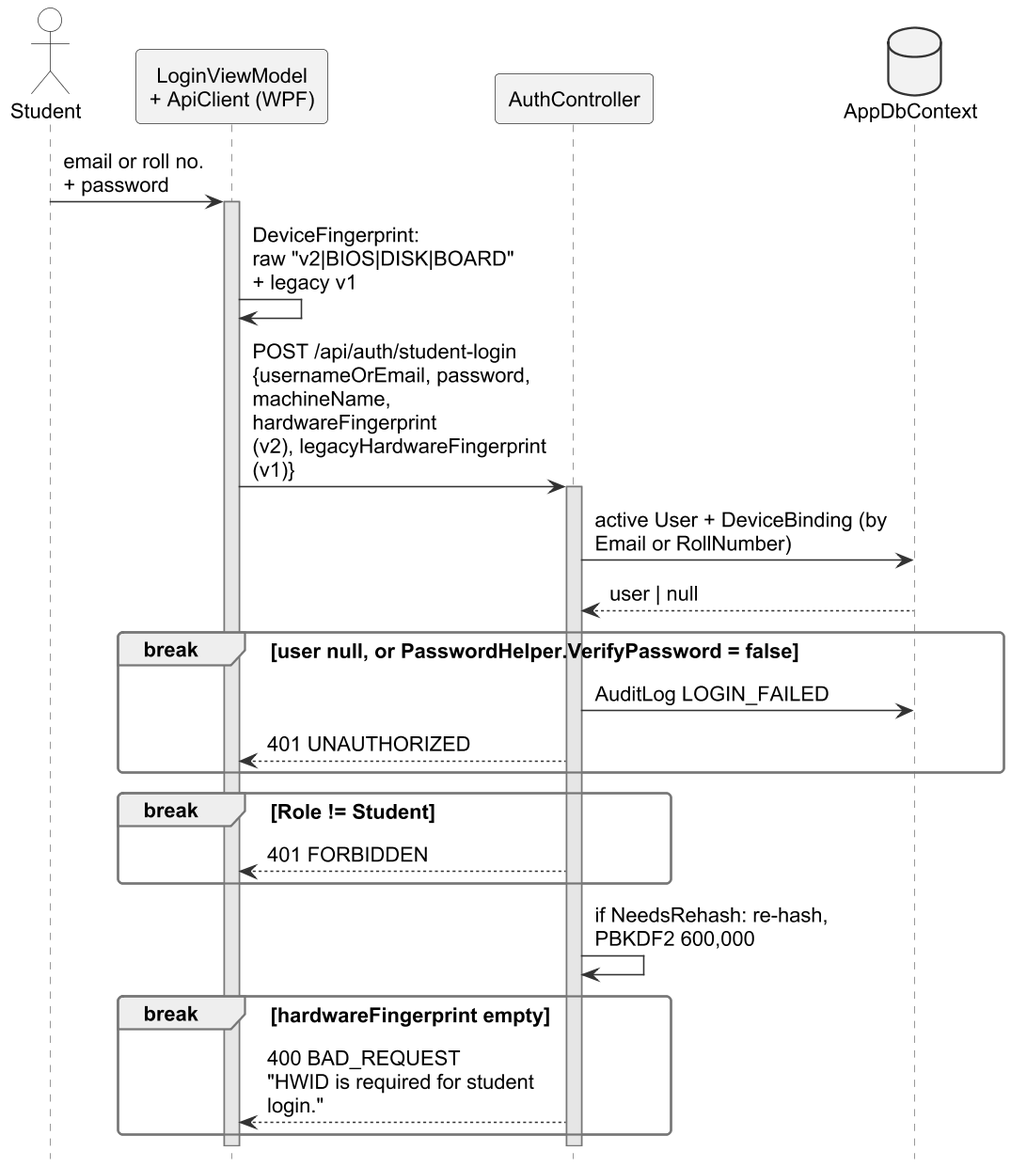
Earlier version of the PlantUML export important docs/fyp_doc_3chatp/Figures/seq_login.png (Haiderali27-hub/AI-Lab-Monitoring-). Its source is kept beside it as important docs/fyp_doc_3chatp/Figures/src/seq_login.puml.
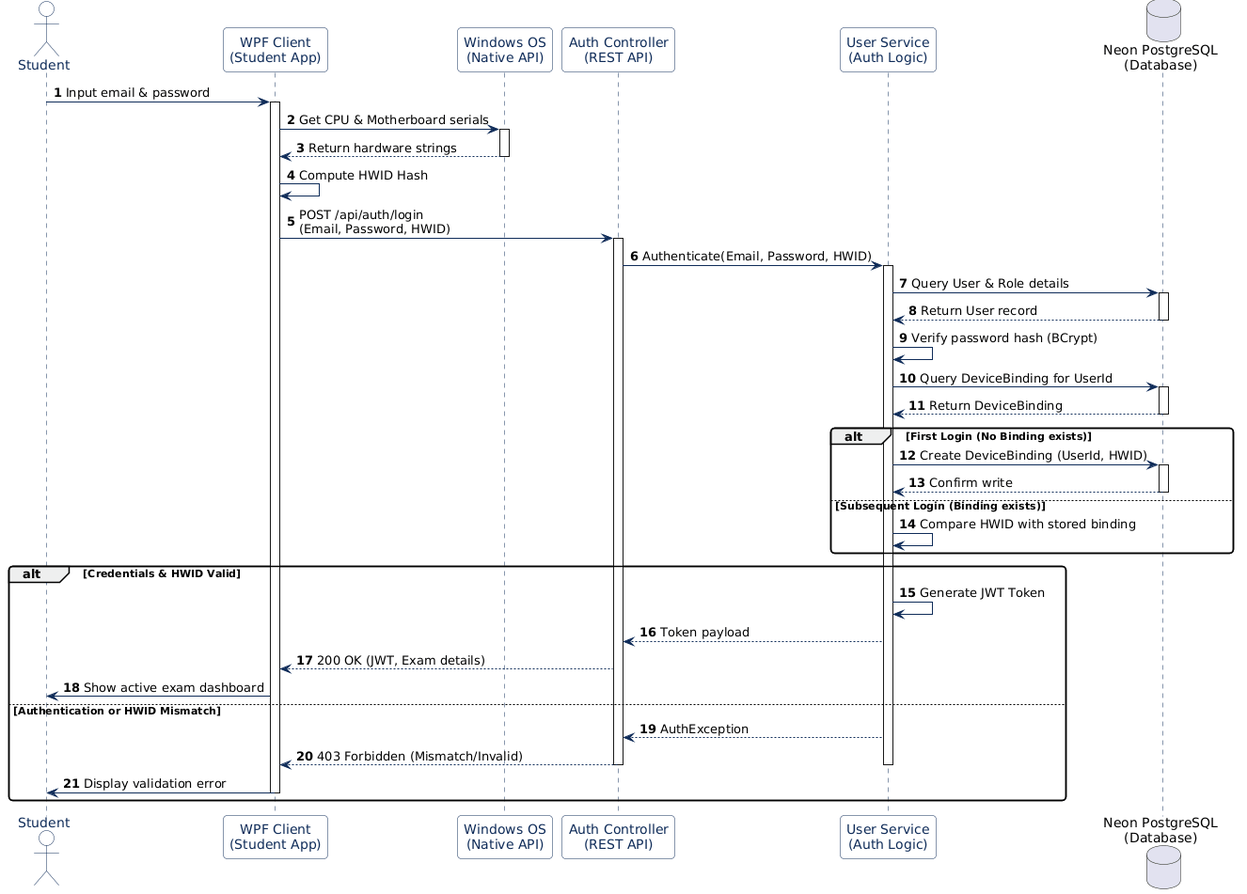
After the change.

Diff of the diagram source:
```diff
@@ -2,10 +2,10 @@
 !include style.iuml
 skinparam defaultFontSize 14
 skinparam ArrowFontSize 14
-skinparam maxMessageSize 200
+skinparam maxMessageSize 220
 hide footbox
 hide unlinked
-skinparam ParticipantPadding 2
+skinparam ParticipantPadding 4
 skinparam BoxPadding 0
 skinparam sequence {
   MessageAlign left
@@ -13,27 +13,27 @@
 }
 
 actor Student
-participant "LoginViewModel\n+ ApiClient (WPF)" as VM
+participant "LoginViewModel\n(WPF client)" as VM
 participant "AuthController" as AC
 participant "RefreshToken\nService" as RT
 database "AppDbContext" as DB
 
 Student -> VM : email or roll no.\n+ password
 activate VM
-VM -> VM : DeviceFingerprint:\nraw "v2|BIOS|DISK|BOARD"\n+ legacy v1
-VM -> AC : POST /api/auth/student-login\n{usernameOrEmail, password,\nmachineName, hardwareFingerprint\n(v2), legacyHardwareFingerprint (v1)}
+VM -> VM : read device\nfingerprint (v2 + v1)
+VM -> AC : login request\n(credentials + fingerprints)
 activate AC
-AC -> DB : active User + DeviceBinding (by Email or RollNumber)
-DB --> AC : user | null
-break user null, or PasswordHelper.VerifyPassword = false
-  AC -> DB : AuditLog LOGIN_FAILED
+AC -> DB : find active user\nand device binding
+DB --> AC : user or none
+break no user, or wrong password
+  AC -> DB : audit LOGIN_FAILED
   AC --> VM : 401 UNAUTHORIZED
 end
-break Role != Student
+break role is not Student
   AC --> VM : 401 FORBIDDEN
 end
-AC -> AC : if NeedsRehash: re-hash, PBKDF2 600,000
-break hardwareFingerprint empty
-  AC --> VM : 400 BAD_REQUEST\n"HWID is required for student login."
+AC -> AC : re-hash old hash if needed\n(PBKDF2, 600,000)
+break no fingerprint sent
+  AC --> VM : 400 HWID required
 end
 @enduml
```
